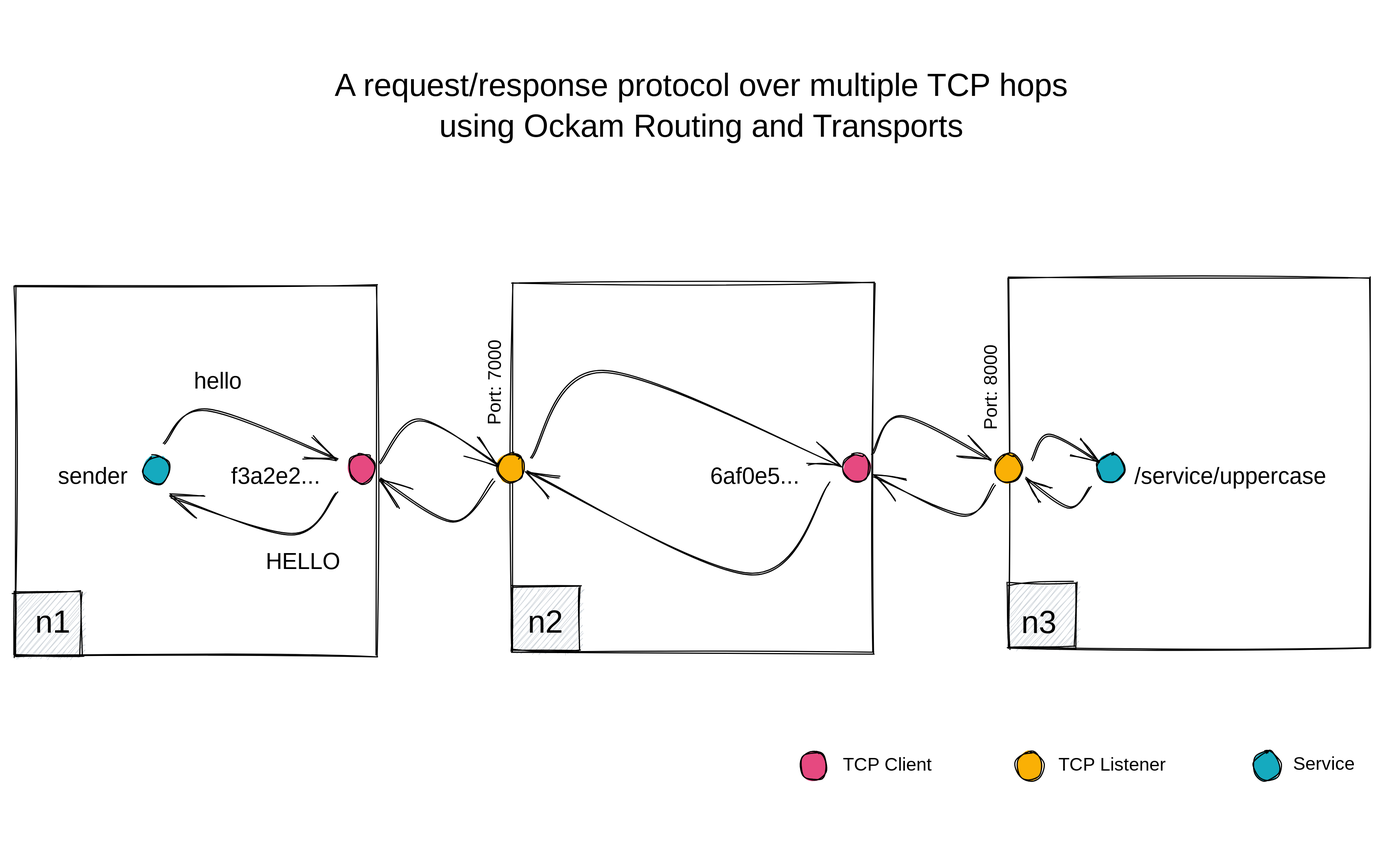
The Excalidraw diagram .gitbook/assets/file.excalidraw.svg in build-trust/ockam-documentation, before a commit. Source tidied: one line per element, renumbered; positions are measured from the earlier drawing's top-left corner, leaving out a move shared by most shapes.
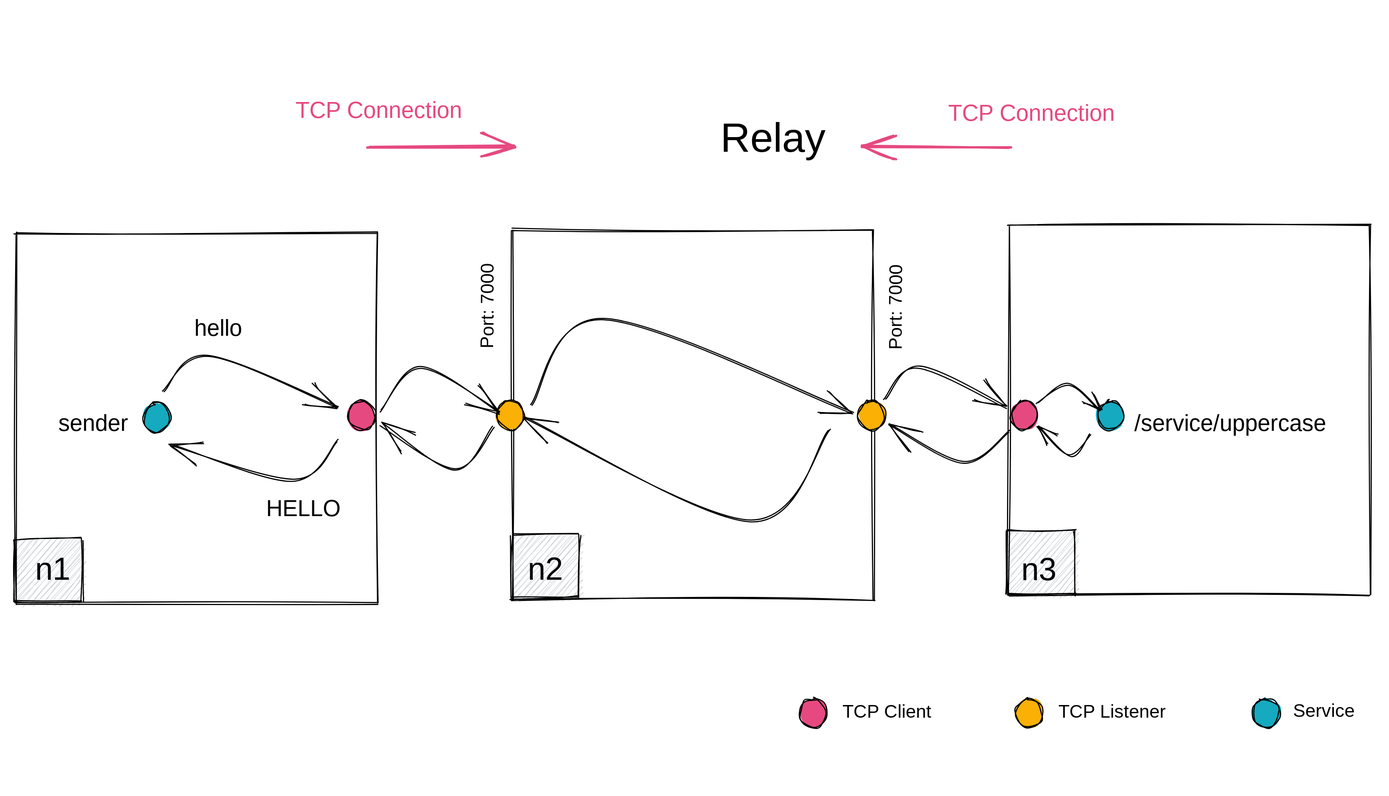
After the change.

Change to the diagram source:
```diff
@@ -1,42 +1,44 @@
-{"id": 0, "type": "rectangle", "strokeColor": "#000000", "backgroundColor": "#ced4da", "fillStyle": "hachure", "strokeWidth": 1, "roughness": 1, "x": 872, "y": 500, "width": 59, "height": 56}
-{"id": 1, "type": "rectangle", "strokeColor": "#000000", "backgroundColor": "#ced4da", "fillStyle": "hachure", "strokeWidth": 1, "roughness": 1, "x": 3, "y": 508, "width": 59, "height": 56}
-{"id": 2, "type": "rectangle", "strokeColor": "#000000", "backgroundColor": "#ced4da", "fillStyle": "hachure", "strokeWidth": 1, "roughness": 1, "x": 438, "y": 503, "width": 59, "height": 56}
-{"id": 3, "type": "rectangle", "strokeColor": "transparent", "strokeWidth": 1, "roughness": 1, "round": true, "x": 0, "y": 0, "width": 1195, "height": 723}
-{"id": 4, "type": "rectangle", "strokeColor": "#000000", "strokeWidth": 1, "roughness": 1, "x": 873, "y": 233, "width": 316, "height": 324}
+{"id": 42, "type": "rectangle", "strokeColor": "#000000", "backgroundColor": "#ced4da", "fillStyle": "hachure", "strokeWidth": 1, "roughness": 1, "x": 872, "y": 500, "width": 59, "height": 56}
+{"id": 43, "type": "rectangle", "strokeColor": "#000000", "backgroundColor": "#ced4da", "fillStyle": "hachure", "strokeWidth": 1, "roughness": 1, "x": 3, "y": 508, "width": 59, "height": 56}
+{"id": 44, "type": "rectangle", "strokeColor": "#000000", "backgroundColor": "#ced4da", "fillStyle": "hachure", "strokeWidth": 1, "roughness": 1, "x": 438, "y": 503, "width": 59, "height": 56}
+{"id": 45, "type": "rectangle", "strokeColor": "transparent", "strokeWidth": 1, "roughness": 1, "round": true, "x": 0, "y": 46, "width": 1195, "height": 677}
+{"id": 46, "type": "rectangle", "strokeColor": "#000000", "strokeWidth": 1, "roughness": 1, "x": 873, "y": 233, "width": 316, "height": 324}
-{"id": 5, "type": "text", "text": "/service/uppercase", "strokeColor": "#000000", "strokeWidth": 1, "roughness": 1, "fontSize": 20, "fontFamily": 1, "x": 982, "y": 395, "width": 184, "height": 25}
+{"id": 5, "type": "text", "text": "/service/uppercase", "strokeColor": "#000000", "strokeWidth": 1, "roughness": 1, "fontSize": 20, "fontFamily": 1, "x": 983, "y": 395, "width": 184, "height": 25}
-{"id": 6, "type": "ellipse", "strokeColor": "#000000", "backgroundColor": "#15aabf", "fillStyle": "solid", "strokeWidth": 1, "roughness": 1, "round": true, "x": 950, "y": 387, "width": 23, "height": 25}
-{"id": 7, "type": "ellipse", "strokeColor": "#000000", "backgroundColor": "#fab005", "fillStyle": "solid", "strokeWidth": 1, "roughness": 1, "round": true, "x": 861, "y": 387, "width": 23, "height": 25}
-{"id": 8, "type": "text", "text": "Port: 8000", "strokeColor": "#000000", "angle": 4.72, "strokeWidth": 1, "roughness": 1, "fontSize": 16, "fontFamily": 1, "x": 811, "y": 308, "width": 95, "height": 20}
-{"id": 9, "type": "rectangle", "strokeColor": "#000000", "strokeWidth": 1, "roughness": 1, "x": 438, "y": 237, "width": 316, "height": 324}
-{"id": 10, "type": "rectangle", "strokeColor": "#000000", "strokeWidth": 1, "roughness": 1, "x": 3, "y": 240, "width": 316, "height": 324}
-{"id": 11, "type": "text", "text": "Port: 7000", "strokeColor": "#000000", "angle": 4.72, "strokeWidth": 1, "roughness": 1, "fontSize": 16, "fontFamily": 1, "x": 379, "y": 306, "width": 91, "height": 20}
-{"id": 12, "type": "ellipse", "strokeColor": "#000000", "backgroundColor": "#fab005", "fillStyle": "solid", "strokeWidth": 1, "roughness": 1, "round": true, "x": 425, "y": 387, "width": 23, "height": 25}
-{"id": 13, "type": "ellipse", "strokeColor": "#000000", "backgroundColor": "#e64980", "fillStyle": "solid", "strokeWidth": 1, "roughness": 1, "round": true, "x": 728, "y": 387, "width": 23, "height": 25}
-{"id": 14, "type": "ellipse", "strokeColor": "#000000", "backgroundColor": "#e64980", "fillStyle": "solid", "strokeWidth": 1, "roughness": 1, "round": true, "x": 295, "y": 387, "width": 23, "height": 25}
-{"id": 15, "type": "ellipse", "strokeColor": "#000000", "backgroundColor": "#e64980", "fillStyle": "solid", "strokeWidth": 1, "roughness": 1, "round": true, "x": 690, "y": 648, "width": 23, "height": 25}
+{"id": 47, "type": "ellipse", "strokeColor": "#000000", "backgroundColor": "#15aabf", "fillStyle": "solid", "strokeWidth": 1, "roughness": 1, "round": true, "x": 950, "y": 387, "width": 23, "height": 25}
+{"id": 48, "type": "ellipse", "strokeColor": "#000000", "backgroundColor": "#e64980", "fillStyle": "solid", "strokeWidth": 1, "roughness": 1, "round": true, "x": 875, "y": 387, "width": 23, "height": 25}
+{"id": 49, "type": "text", "text": "Port: 7000", "strokeColor": "#000000", "angle": 4.72, "strokeWidth": 1, "roughness": 1, "fontSize": 16, "fontFamily": 1, "x": 730, "y": 286, "width": 91, "height": 20}
+{"id": 50, "type": "rectangle", "strokeColor": "#000000", "strokeWidth": 1, "roughness": 1, "x": 438, "y": 237, "width": 316, "height": 324}
+{"id": 51, "type": "rectangle", "strokeColor": "#000000", "strokeWidth": 1, "roughness": 1, "x": 3, "y": 240, "width": 316, "height": 324}
+{"id": 52, "type": "text", "text": "Port: 7000", "strokeColor": "#000000", "angle": 4.72, "strokeWidth": 1, "roughness": 1, "fontSize": 16, "fontFamily": 1, "x": 372, "y": 286, "width": 91, "height": 20}
+{"id": 53, "type": "ellipse", "strokeColor": "#000000", "backgroundColor": "#fab005", "fillStyle": "solid", "strokeWidth": 1, "roughness": 1, "round": true, "x": 425, "y": 387, "width": 23, "height": 25}
+{"id": 54, "type": "ellipse", "strokeColor": "#000000", "backgroundColor": "#fab005", "fillStyle": "solid", "strokeWidth": 1, "roughness": 1, "round": true, "x": 741, "y": 387, "width": 23, "height": 25}
+{"id": 55, "type": "ellipse", "strokeColor": "#000000", "backgroundColor": "#e64980", "fillStyle": "solid", "strokeWidth": 1, "roughness": 1, "round": true, "x": 295, "y": 387, "width": 23, "height": 25}
+{"id": 56, "type": "ellipse", "strokeColor": "#000000", "backgroundColor": "#e64980", "fillStyle": "solid", "strokeWidth": 1, "roughness": 1, "round": true, "x": 690, "y": 648, "width": 23, "height": 25}
 {"id": 16, "type": "text", "text": "TCP Client", "strokeColor": "#000000", "strokeWidth": 1, "roughness": 1, "fontSize": 16, "fontFamily": 1, "x": 727, "y": 650, "width": 87, "height": 20}
-{"id": 17, "type": "ellipse", "strokeColor": "#000000", "backgroundColor": "#fab005", "fillStyle": "solid", "strokeWidth": 1, "roughness": 1, "round": true, "x": 879, "y": 648, "width": 23, "height": 25}
+{"id": 57, "type": "ellipse", "strokeColor": "#000000", "backgroundColor": "#fab005", "fillStyle": "solid", "strokeWidth": 1, "roughness": 1, "round": true, "x": 879, "y": 648, "width": 23, "height": 25}
 {"id": 18, "type": "text", "text": "TCP Listener", "strokeColor": "#000000", "strokeWidth": 1, "roughness": 1, "fontSize": 16, "fontFamily": 1, "x": 916, "y": 650, "width": 106, "height": 20}
-{"id": 19, "type": "ellipse", "strokeColor": "#000000", "backgroundColor": "#15aabf", "fillStyle": "solid", "strokeWidth": 1, "roughness": 1, "round": true, "x": 1087, "y": 648, "width": 23, "height": 25}
+{"id": 58, "type": "ellipse", "strokeColor": "#000000", "backgroundColor": "#15aabf", "fillStyle": "solid", "strokeWidth": 1, "roughness": 1, "round": true, "x": 1087, "y": 648, "width": 23, "height": 25}
 {"id": 20, "type": "text", "text": "Service", "strokeColor": "#000000", "strokeWidth": 1, "roughness": 1, "fontSize": 16, "fontFamily": 1, "x": 1121, "y": 649, "width": 56, "height": 20}
-{"id": 21, "type": "arrow", "strokeColor": "#000000", "strokeWidth": 1, "roughness": 1, "endArrowhead": "arrow", "round": true, "from": 13, "to": 7, "x": 753, "y": 387, "width": 103, "height": 38, "points": [[0, 0], [25, -33], [103, 4]]}
-{"id": 22, "type": "arrow", "strokeColor": "#000000", "strokeWidth": 1, "roughness": 1, "endArrowhead": "arrow", "round": true, "from": 14, "to": 9, "x": 322, "y": 395, "width": 104, "height": 39, "points": [[0, 0], [35, -38], [104, 2]]}
-{"id": 23, "type": "arrow", "strokeColor": "#000000", "strokeWidth": 1, "roughness": 1, "endArrowhead": "arrow", "round": true, "from": 7, "to": 6, "x": 893, "y": 393, "width": 59, "height": 23, "points": [[0, 0], [15, -22], [59, 1]]}
-{"id": 24, "type": "arrow", "strokeColor": "#000000", "strokeWidth": 1, "roughness": 1, "endArrowhead": "arrow", "round": true, "from": 12, "to": 13, "x": 455, "y": 390, "width": 269, "height": 81, "points": [[0, 0], [62, -74], [269, 7]]}
-{"id": 25, "type": "arrow", "strokeColor": "#000000", "strokeWidth": 1, "roughness": 1, "endArrowhead": "arrow", "round": true, "from": 6, "to": 7, "x": 943, "y": 416, "width": 57, "height": 26, "points": [[0, 0], [-18, 18], [-57, -8]]}
-{"id": 26, "type": "arrow", "strokeColor": "#000000", "strokeWidth": 1, "roughness": 1, "endArrowhead": "arrow", "round": true, "from": 7, "to": 13, "x": 861, "y": 415, "width": 106, "height": 33, "points": [[0, 0], [-27, 25], [-106, -8]]}
-{"id": 27, "type": "arrow", "strokeColor": "#000000", "strokeWidth": 1, "roughness": 1, "endArrowhead": "arrow", "round": true, "from": 13, "to": 12, "x": 715, "y": 413, "width": 265, "height": 90, "points": [[0, 0], [-69, 79], [-265, -11]]}
-{"id": 28, "type": "arrow", "strokeColor": "#000000", "strokeWidth": 1, "roughness": 1, "endArrowhead": "arrow", "round": true, "from": 12, "to": 14, "x": 422, "y": 410, "width": 99, "height": 39, "points": [[0, 0], [-35, 37], [-99, -2]]}
-{"id": 29, "type": "arrow", "strokeColor": "#000000", "strokeWidth": 1, "roughness": 1, "endArrowhead": "arrow", "round": true, "from": 40, "to": 38, "x": 133, "y": 378, "width": 152, "height": 44, "points": [[0, 0], [38, -30], [152, 14]]}
-{"id": 30, "type": "arrow", "strokeColor": "#000000", "strokeWidth": 1, "roughness": 1, "endArrowhead": "arrow", "round": true, "from": 38, "to": 40, "x": 285, "y": 421, "width": 145, "height": 36, "points": [[0, 0], [-38, 36], [-145, 4]]}
+{"id": 59, "type": "arrow", "strokeColor": "#000000", "strokeWidth": 1, "roughness": 1, "endArrowhead": "arrow", "round": true, "from": 54, "to": 48, "x": 764, "y": 385, "width": 106, "height": 35, "points": [[0, 0], [30, -27], [106, 8]]}
+{"id": 60, "type": "arrow", "strokeColor": "#000000", "strokeWidth": 1, "roughness": 1, "endArrowhead": "arrow", "round": true, "from": 55, "to": 50, "x": 322, "y": 395, "width": 104, "height": 39, "points": [[0, 0], [35, -38], [104, 2]]}
+{"id": 61, "type": "arrow", "strokeColor": "#000000", "strokeWidth": 1, "roughness": 1, "endArrowhead": "arrow", "round": true, "from": 48, "to": 47, "x": 897, "y": 389, "width": 54, "height": 21, "points": [[0, 0], [27, -16], [54, 5]]}
+{"id": 62, "type": "arrow", "strokeColor": "#000000", "strokeWidth": 1, "roughness": 1, "endArrowhead": "arrow", "round": true, "from": 53, "to": 54, "x": 455, "y": 390, "width": 282, "height": 82, "points": [[0, 0], [62, -74], [282, 7]]}
+{"id": 63, "type": "arrow", "strokeColor": "#000000", "strokeWidth": 1, "roughness": 1, "endArrowhead": "arrow", "round": true, "from": 47, "to": 48, "x": 943, "y": 416, "width": 44, "height": 24, "points": [[0, 0], [-18, 18], [-44, -6]]}
+{"id": 64, "type": "arrow", "strokeColor": "#000000", "strokeWidth": 1, "roughness": 1, "endArrowhead": "arrow", "round": true, "from": 48, "to": 54, "x": 873, "y": 413, "width": 106, "height": 32, "points": [[0, 0], [-39, 27], [-106, -6]]}
+{"id": 65, "type": "arrow", "strokeColor": "#000000", "strokeWidth": 1, "roughness": 1, "endArrowhead": "arrow", "round": true, "to": 53, "x": 715, "y": 413, "width": 265, "height": 90, "points": [[0, 0], [-69, 79], [-265, -11]]}
+{"id": 66, "type": "arrow", "strokeColor": "#000000", "strokeWidth": 1, "roughness": 1, "endArrowhead": "arrow", "round": true, "from": 53, "to": 55, "x": 422, "y": 410, "width": 99, "height": 39, "points": [[0, 0], [-35, 37], [-99, -2]]}
+{"id": 67, "type": "arrow", "strokeColor": "#000000", "strokeWidth": 1, "roughness": 1, "endArrowhead": "arrow", "round": true, "from": 69, "x": 133, "y": 378, "width": 152, "height": 44, "points": [[0, 0], [38, -30], [152, 14]]}
+{"id": 68, "type": "arrow", "strokeColor": "#000000", "strokeWidth": 1, "roughness": 1, "endArrowhead": "arrow", "round": true, "to": 69, "x": 285, "y": 421, "width": 145, "height": 36, "points": [[0, 0], [-38, 36], [-145, 4]]}
 {"id": 31, "type": "text", "text": "n1", "strokeColor": "#000000", "strokeWidth": 1, "roughness": 1, "fontSize": 28, "fontFamily": 1, "x": 21, "y": 518, "width": 23, "height": 36}
 {"id": 32, "type": "text", "text": "n2", "strokeColor": "#000000", "strokeWidth": 1, "roughness": 1, "fontSize": 28, "fontFamily": 1, "x": 452, "y": 518, "width": 35, "height": 36}
 {"id": 33, "type": "text", "text": "n3", "strokeColor": "#000000", "strokeWidth": 1, "roughness": 1, "fontSize": 28, "fontFamily": 1, "x": 883, "y": 519, "width": 34, "height": 36}
 {"id": 34, "type": "text", "text": "hello", "strokeColor": "#000000", "strokeWidth": 1, "roughness": 1, "fontSize": 20, "fontFamily": 1, "x": 160, "y": 312, "width": 44, "height": 25}
 {"id": 35, "type": "text", "text": "HELLO", "strokeColor": "#000000", "strokeWidth": 1, "roughness": 1, "fontSize": 20, "fontFamily": 1, "x": 223, "y": 470, "width": 65, "height": 25}
 {"id": 36, "type": "text", "text": "rr", "strokeColor": "transparent", "strokeWidth": 1, "roughness": 1, "fontSize": 20, "fontFamily": 1, "x": 494, "y": 57, "width": 19, "height": 25}
-{"id": 37, "type": "text", "text": "A request/response protocol over multiple TCP hops\nusing Ockam Routing and Transports", "strokeColor": "#000000", "strokeWidth": 1, "roughness": 1, "fontSize": 28, "fontFamily": 1, "textAlign": "center", "x": 242, "y": 48, "width": 722, "height": 71}
-{"id": 38, "type": "text", "text": "f3a2e2...", "strokeColor": "#000000", "strokeWidth": 1, "roughness": 1, "fontSize": 20, "fontFamily": 1, "x": 192, "y": 395, "width": 95, "height": 25}
-{"id": 39, "type": "text", "text": "6af0e5...", "strokeColor": "#000000", "strokeWidth": 1, "roughness": 1, "fontSize": 20, "fontFamily": 1, "x": 611, "y": 395, "width": 91, "height": 25}
-{"id": 40, "type": "ellipse", "strokeColor": "#000000", "backgroundColor": "#15aabf", "fillStyle": "solid", "strokeWidth": 1, "roughness": 1, "round": true, "x": 115, "y": 389, "width": 23, "height": 25}
+{"id": 69, "type": "ellipse", "strokeColor": "#000000", "backgroundColor": "#15aabf", "fillStyle": "solid", "strokeWidth": 1, "roughness": 1, "round": true, "x": 115, "y": 389, "width": 23, "height": 25}
 {"id": 41, "type": "text", "text": "sender", "strokeColor": "#000000", "strokeWidth": 1, "roughness": 1, "fontSize": 20, "fontFamily": 1, "x": 41, "y": 395, "width": 64, "height": 25}
+{"id": 70, "type": "arrow", "strokeColor": "#e64980", "backgroundColor": "#e64980", "fillStyle": "hachure", "strokeWidth": 2, "roughness": 1, "endArrowhead": "arrow", "round": true, "from": 74, "x": 873, "y": 164, "width": 128, "height": 0, "points": [[0, 0], [-128, 0]]}
+{"id": 71, "type": "arrow", "strokeColor": "#e64980", "backgroundColor": "#e64980", "fillStyle": "hachure", "strokeWidth": 2, "roughness": 1, "endArrowhead": "arrow", "round": true, "x": 312, "y": 164, "width": 126, "height": 0, "points": [[0, 0], [126, 0]]}
+{"id": 72, "type": "text", "text": "Relay", "strokeColor": "#000000", "backgroundColor": "#e64980", "fillStyle": "hachure", "strokeWidth": 1, "roughness": 1, "fontSize": 36, "fontFamily": 1, "x": 620, "y": 137, "width": 96, "height": 46}
+{"id": 73, "type": "text", "text": "TCP Connection", "strokeColor": "#e64980", "backgroundColor": "#e64980", "fillStyle": "hachure", "strokeWidth": 2, "roughness": 1, "fontSize": 20, "fontFamily": 1, "x": 248, "y": 121, "width": 154, "height": 25}
+{"id": 74, "type": "text", "text": "TCP Connection", "strokeColor": "#e64980", "backgroundColor": "#e64980", "fillStyle": "hachure", "strokeWidth": 2, "roughness": 1, "fontSize": 20, "fontFamily": 1, "x": 820, "y": 124, "width": 154, "height": 25}
```
